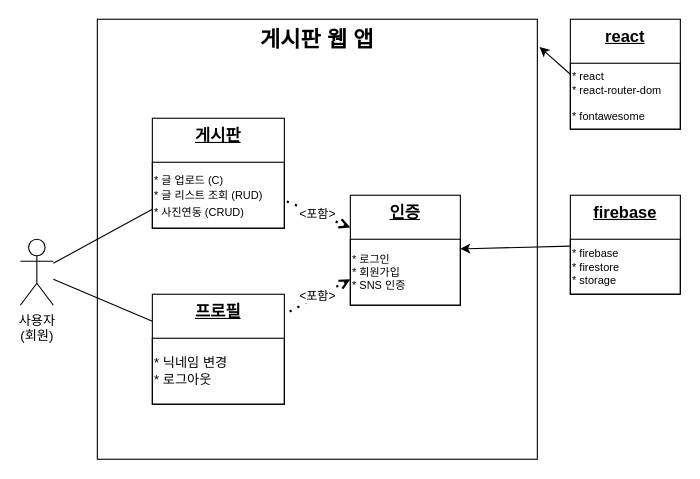
Before: wtwitter.drawio in euoom/wtwitter, a draw.io diagram. Source tidied: cells renumbered, new cells numbered last; positions are measured from the earlier drawing's top-left corner, leaving out a move shared by most shapes. Both pictures are drawn from the tidied source at 110%, with x=0, y=0 at pixel (20, 19).
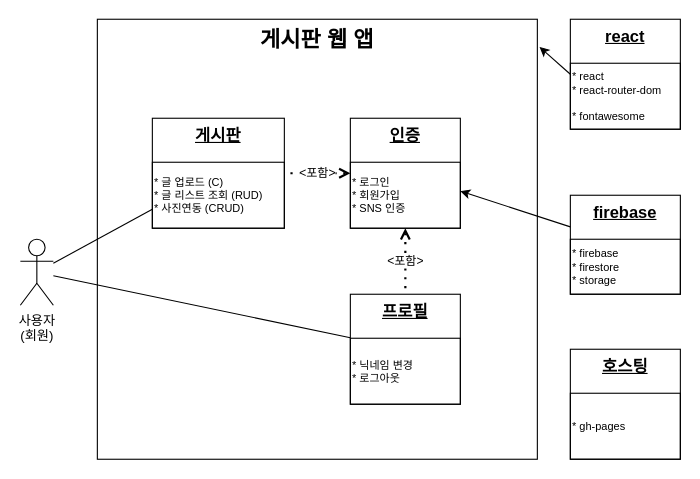
The same page after the edit.

Commit message:
UD(유스케이스 다이어그램) : 세부사항 추가

The change refers to these unchanged cells:
```xml
<mxCell id="12" value="게시판" style="whiteSpace=wrap;html=1;verticalAlign=top;fontStyle=5;fontSize=15;" parent="1" vertex="1">
  <mxGeometry x="120" y="90" width="120" height="100" as="geometry" />
</mxCell>
```

Change to the diagram source:
```diff
@@
-    <mxCell id="13" value="&lt;span&gt;&lt;font style=&quot;font-size: 10px;&quot;&gt;* 글 업로드 (C)&lt;br&gt;* 글 리스트 조회 (RUD)&lt;br&gt;* 사진연동 (CRUD)&lt;br&gt;&lt;/font&gt;&lt;/span&gt;" style="rounded=0;whiteSpace=wrap;html=1;fillColor=none;glass=0;verticalAlign=middle;fontStyle=0;align=left;" parent="12" vertex="1">
+    <mxCell id="13" value="&lt;span style=&quot;font-size: 10px;&quot;&gt;&lt;font style=&quot;font-size: 10px;&quot;&gt;* 글 업로드 (C)&lt;br style=&quot;font-size: 10px;&quot;&gt;* 글 리스트 조회 (RUD)&lt;br style=&quot;font-size: 10px;&quot;&gt;* 사진연동 (CRUD)&lt;br style=&quot;font-size: 10px;&quot;&gt;&lt;/font&gt;&lt;/span&gt;" style="rounded=0;whiteSpace=wrap;html=1;fillColor=none;glass=0;verticalAlign=middle;fontStyle=0;align=left;fontSize=10;" parent="12" vertex="1">
       <mxGeometry y="40" width="120" height="60" as="geometry" />
     </mxCell>
     <mxCell id="14" value="프로필" style="whiteSpace=wrap;html=1;verticalAlign=top;fontStyle=5;fontSize=15;" parent="1" vertex="1">
-      <mxGeometry x="120" y="250" width="120" height="100" as="geometry" />
+      <mxGeometry x="300" y="250" width="100" height="100" as="geometry" />
     </mxCell>
-    <mxCell id="15" value="* 닉네임 변경&lt;br&gt;* 로그아웃" style="rounded=0;whiteSpace=wrap;html=1;fillColor=none;glass=0;verticalAlign=middle;fontStyle=0;align=left;" parent="14" vertex="1">
-      <mxGeometry y="40" width="120" height="60" as="geometry" />
+    <mxCell id="15" value="* 닉네임 변경&lt;br style=&quot;font-size: 10px;&quot;&gt;* 로그아웃" style="rounded=0;whiteSpace=wrap;html=1;fillColor=none;glass=0;verticalAlign=middle;fontStyle=0;align=left;fontSize=10;" parent="14" vertex="1">
+      <mxGeometry y="40" width="100" height="60" as="geometry" />
     </mxCell>
@@
     <mxCell id="18" value="인증" style="rounded=0;whiteSpace=wrap;html=1;fillColor=none;glass=0;verticalAlign=top;fontStyle=5;fontSize=15;" parent="1" vertex="1">
-      <mxGeometry x="300" y="160" width="100" height="100" as="geometry" />
+      <mxGeometry x="300" y="90" width="100" height="100" as="geometry" />
     </mxCell>
@@
+    <mxCell id="20" value="호스팅" style="rounded=0;whiteSpace=wrap;html=1;fillColor=none;glass=0;verticalAlign=top;fontStyle=5;fontSize=15;" parent="1" vertex="1">
+      <mxGeometry x="500" y="300" width="100" height="100" as="geometry" />
+    </mxCell>
+    <mxCell id="21" value="* gh-pages" style="rounded=0;whiteSpace=wrap;html=1;fillColor=none;glass=0;fontStyle=0;align=left;fontSize=10;" parent="20" vertex="1">
+      <mxGeometry y="40" width="100" height="60" as="geometry" />
+    </mxCell>
```
